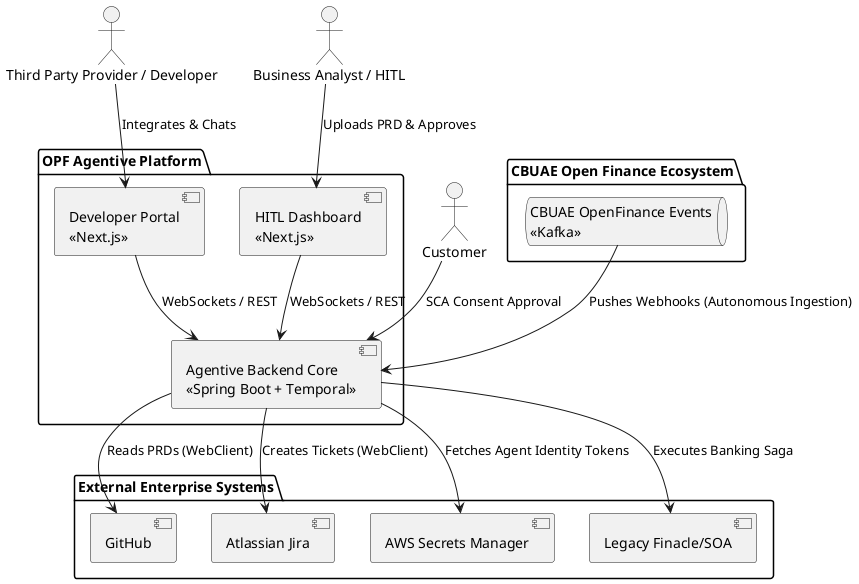
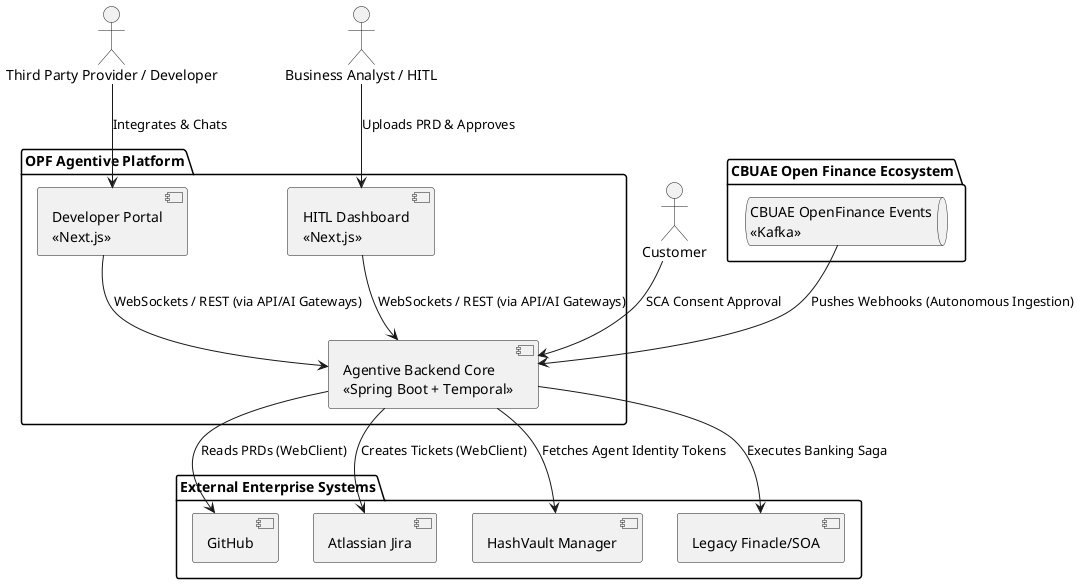
@startuml C4_Context
!define RECTANGLE class

skinparam rectangle {
    BackgroundColor #1168bd
    FontColor white
    BorderColor #0b4884
}

actor "Third Party Provider / Developer" as TPP
actor "Business Analyst / HITL" as BA
actor "Customer" as Customer

package "CBUAE Open Finance Ecosystem" {
    queue "CBUAE OpenFinance Events\n<<Kafka>>" as Kafka
}

package "OPF Agentive Platform" {
    component "Developer Portal\n<<Next.js>>" as DevPortal
    component "HITL Dashboard\n<<Next.js>>" as HitlDashboard
    component "Agentive Backend Core\n<<Spring Boot + Temporal>>" as Core
}

package "External Enterprise Systems" {
    component "GitHub" as GitHub
    component "Atlassian Jira" as Jira
-     component "AWS Secrets Manager" as Vault
+     component "HashVault Manager" as Vault
    component "Legacy Finacle/SOA" as Finacle
}

TPP --> DevPortal : Integrates & Chats
BA --> HitlDashboard : Uploads PRD & Approves
- DevPortal --> Core : WebSockets / REST
- HitlDashboard --> Core : WebSockets / REST
+ DevPortal --> Core : WebSockets / REST (via API/AI Gateways)
+ HitlDashboard --> Core : WebSockets / REST (via API/AI Gateways)
Kafka --> Core : Pushes Webhooks (Autonomous Ingestion)
Customer --> Core : SCA Consent Approval
Core --> GitHub : Reads PRDs (WebClient)
Core --> Jira : Creates Tickets (WebClient)
Core --> Vault : Fetches Agent Identity Tokens
Core --> Finacle : Executes Banking Saga

@enduml
